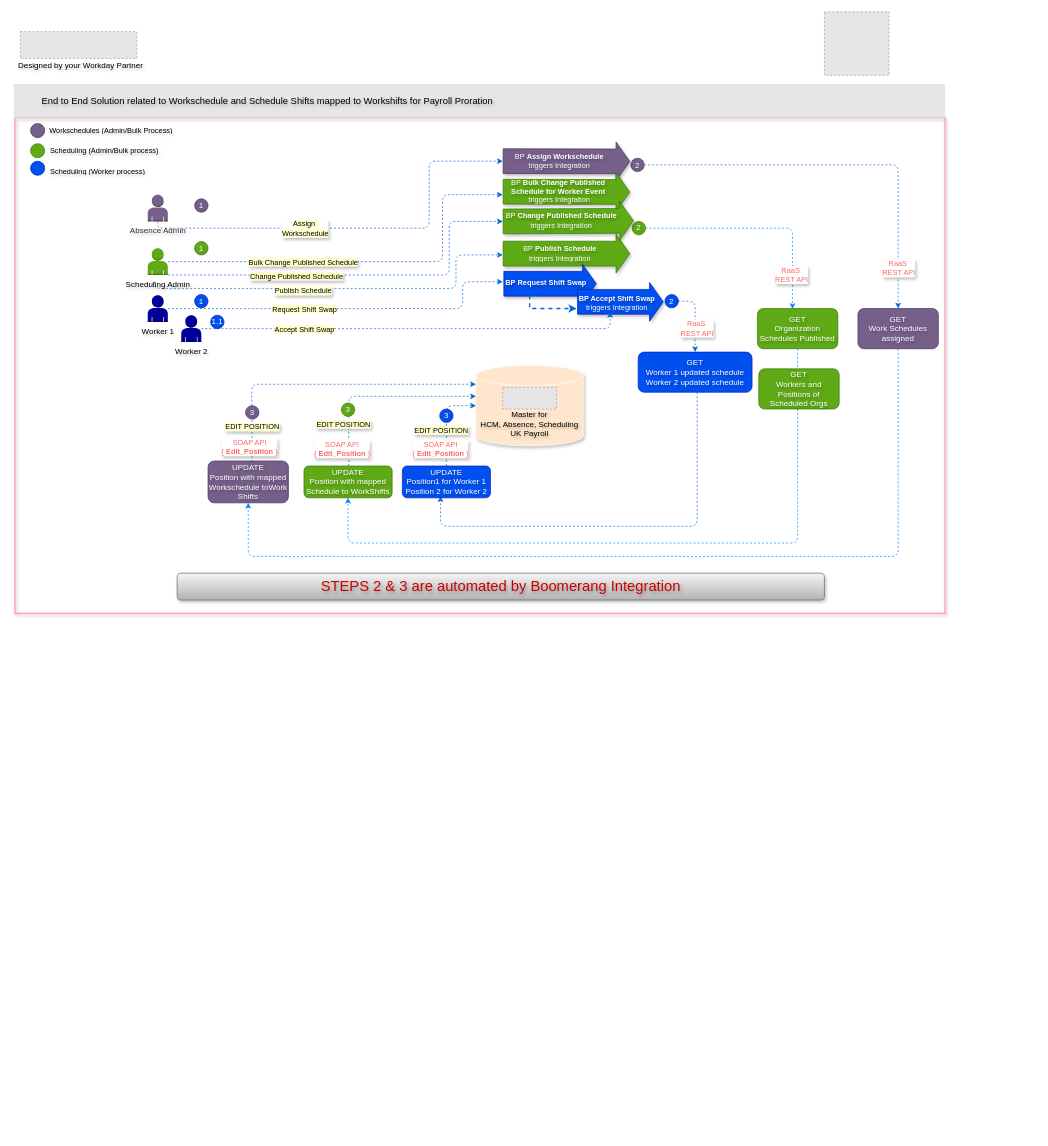
Earlier version of the draw.io diagram Leonardo Hotels Boomerang v1.drawio (sandyaroma/sandyaroma). Source tidied: cells renumbered, new cells numbered last; positions are measured from the earlier drawing's top-left corner, leaving out a move shared by most shapes. Both pictures are drawn from the tidied source at 67%, with x=0, y=0 at pixel (13, 11). Pictures stored in the file or linked from it are replaced by grey dashed boxes.
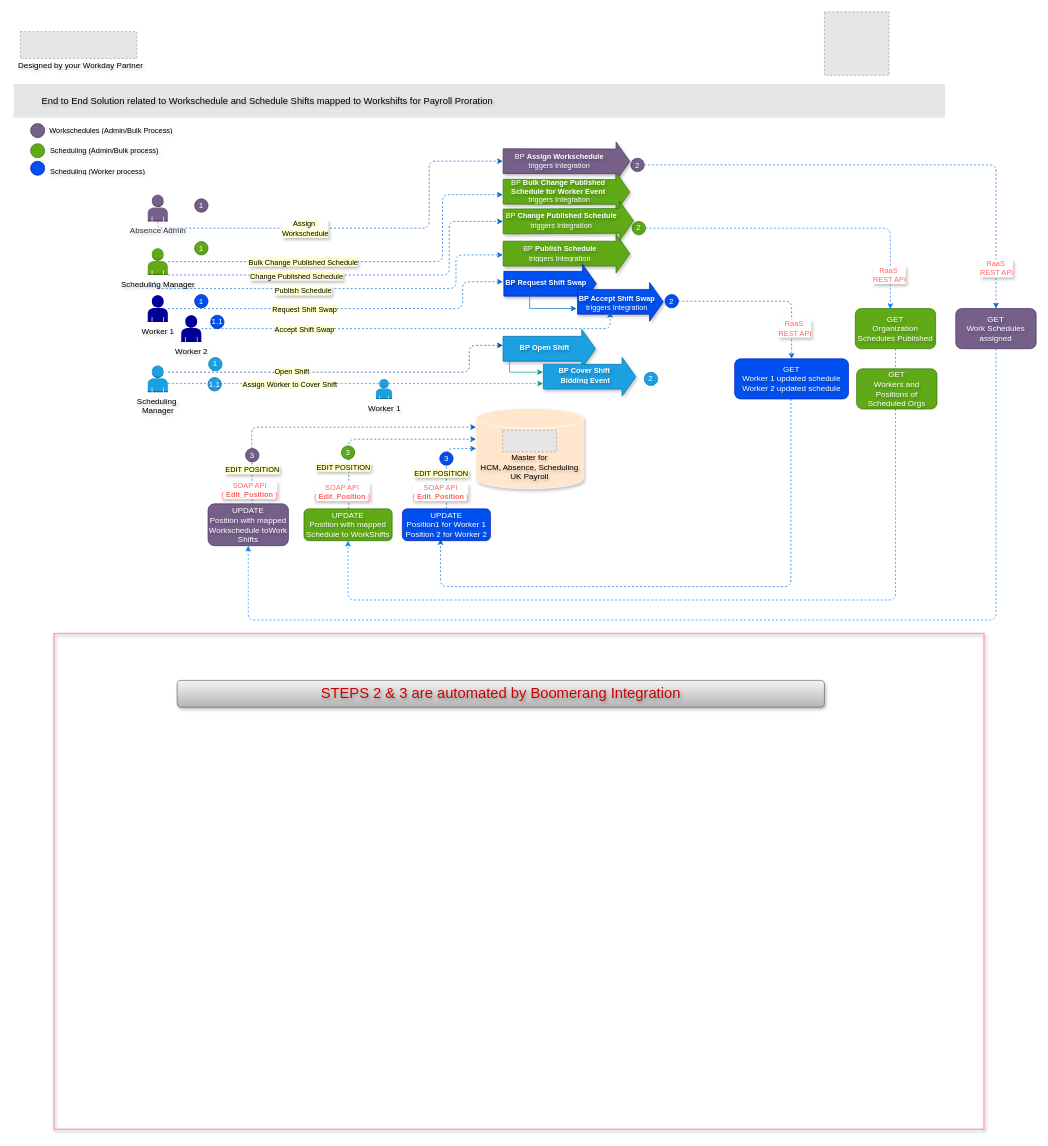
The same page after the edit.

Commit message (it also covers changes not shown here):
Mettre à jour Leonardo Hotels Boomerang v1.drawio

The change refers to these unchanged cells:
```xml
<mxCell id="71" value="2" style="ellipse;whiteSpace=wrap;html=1;fillColor=#0050ef;strokeColor=#001DBC;fontColor=#ffffff;align=center;verticalAlign=middle;fontFamily=Helvetica;fontSize=12;textShadow=1;" parent="1" vertex="1">
  <mxGeometry x="972" y="422" width="20" height="20" as="geometry" />
</mxCell>
```

Diff of the diagram source:
```diff
@@
     <mxCell id="2" style="edgeStyle=orthogonalEdgeStyle;rounded=1;orthogonalLoop=1;jettySize=auto;html=1;curved=0;dashed=1;strokeColor=#0066CC;textShadow=1;" parent="1" edge="1">
       <mxGeometry relative="1" as="geometry">
-        <mxPoint x="355.8" y="678" as="sourcePoint" />
-        <mxPoint x="690" y="556" as="targetPoint" />
+        <mxPoint x="355.8" y="742" as="sourcePoint" />
+        <mxPoint x="690" y="620" as="targetPoint" />
         <Array as="points">
-          <mxPoint x="356.1" y="625" />
-          <mxPoint x="355.1" y="556" />
+          <mxPoint x="356.1" y="689" />
+          <mxPoint x="355.1" y="620" />
         </Array>
       </mxGeometry>
     </mxCell>
     <mxCell id="3" style="edgeStyle=orthogonalEdgeStyle;rounded=1;orthogonalLoop=1;jettySize=auto;html=1;curved=0;dashed=1;strokeColor=#0066CC;textShadow=1;" parent="1" edge="1">
       <mxGeometry relative="1" as="geometry">
-        <mxPoint x="500" y="678" as="sourcePoint" />
-        <mxPoint x="690" y="574" as="targetPoint" />
+        <mxPoint x="500" y="742" as="sourcePoint" />
+        <mxPoint x="690" y="638" as="targetPoint" />
         <Array as="points">
-          <mxPoint x="500" y="574" />
+          <mxPoint x="500" y="638" />
         </Array>
       </mxGeometry>
     </mxCell>
     <mxCell id="4" style="rounded=0;whiteSpace=wrap;html=1;fillColor=none;strokeWidth=2;strokeColor=#FF99CC;shadow=1;textShadow=1;" parent="1" vertex="1">
-      <mxGeometry x="1.8" y="158" width="1388.2" height="740" as="geometry" />
+      <mxGeometry x="60" y="928" width="1388.2" height="740" as="geometry" />
     </mxCell>
@@
     <mxCell id="6" value="&lt;div&gt;&lt;br&gt;&lt;/div&gt;&lt;div&gt;&lt;br&gt;&lt;/div&gt;&lt;div&gt;&lt;span style=&quot;background-color: initial;&quot;&gt;Master for&lt;/span&gt;&lt;/div&gt;&lt;div&gt;&lt;span style=&quot;background-color: initial;&quot;&gt;HCM, Absence, Scheduling&lt;/span&gt;&lt;br&gt;&lt;/div&gt;&lt;div&gt;&lt;span style=&quot;background-color: initial;&quot;&gt;UK Payroll&lt;/span&gt;&lt;/div&gt;" style="shape=cylinder3;whiteSpace=wrap;html=1;boundedLbl=1;backgroundOutline=1;size=15;fillColor=#ffe6cc;strokeColor=#FFFFFF;shadow=1;textShadow=1;" parent="1" vertex="1">
-      <mxGeometry x="690" y="528" width="160" height="120" as="geometry" />
+      <mxGeometry x="690" y="592" width="160" height="120" as="geometry" />
     </mxCell>
     <mxCell id="7" style="fillColor=#E6E6E6;strokeColor=#999999;dashed=1;verticalLabelPosition=bottom;labelBackgroundColor=default;verticalAlign=top;" parent="1" vertex="1">
-      <mxGeometry x="729.8" y="560.6" width="80.5" height="32.4" as="geometry" />
+      <mxGeometry x="729.8" y="624.6" width="80.5" height="32.4" as="geometry" />
     </mxCell>
     <mxCell id="8" style="edgeStyle=orthogonalEdgeStyle;rounded=1;jettySize=auto;html=1;curved=0;dashed=1;strokeColor=#007FFF;exitX=0.5;exitY=1;exitDx=0;exitDy=0;entryX=0.5;entryY=1;entryDx=0;entryDy=0;textShadow=1;" parent="1" edge="1" source="9" target="50">
       <mxGeometry relative="1" as="geometry">
         <Array as="points">
-          <mxPoint x="1320" y="813" />
-          <mxPoint x="350" y="813" />
+          <mxPoint x="1466" y="908" />
+          <mxPoint x="350" y="908" />
         </Array>
       </mxGeometry>
     </mxCell>
     <mxCell id="9" value="GET&lt;div&gt;Work Schedules&lt;/div&gt;&lt;div&gt;assigned&lt;/div&gt;" style="rounded=1;whiteSpace=wrap;html=1;fillColor=#76608a;strokeColor=#432D57;textShadow=1;fontColor=#ffffff;" parent="1" vertex="1">
-      <mxGeometry x="1260" y="443" width="120" height="60" as="geometry" />
+      <mxGeometry x="1406" y="443" width="120" height="60" as="geometry" />
     </mxCell>
@@
     <mxCell id="20" value="3" style="ellipse;whiteSpace=wrap;html=1;fillColor=#60a917;strokeColor=#2D7600;fontColor=#ffffff;align=center;verticalAlign=middle;fontFamily=Helvetica;fontSize=12;textShadow=1;" parent="1" vertex="1">
-      <mxGeometry x="489" y="584" width="20" height="20" as="geometry" />
+      <mxGeometry x="489" y="648" width="20" height="20" as="geometry" />
     </mxCell>
@@
     <mxCell id="23" value="&lt;span style=&quot;background-color: rgb(255, 255, 204);&quot;&gt;EDIT POSITION&lt;/span&gt;" style="edgeLabel;html=1;align=center;verticalAlign=middle;textShadow=1;" parent="1" vertex="1">
-      <mxGeometry x="491" y="615" as="geometry" />
+      <mxGeometry x="491" y="679" as="geometry" />
     </mxCell>
     <mxCell id="24" value="&lt;font color=&quot;#ff6666&quot;&gt;SOAP API&lt;/font&gt;&lt;div&gt;&lt;font color=&quot;#ff6666&quot;&gt;{&amp;nbsp;&lt;b&gt;Edit_Position&amp;nbsp;&lt;/b&gt;}&lt;/font&gt;&lt;/div&gt;" style="edgeLabel;html=1;align=center;verticalAlign=middle;textShadow=1;" parent="1" vertex="1">
-      <mxGeometry x="303.9" y="635" as="geometry">
+      <mxGeometry x="303.9" y="699" as="geometry">
         <mxPoint x="186" y="17" as="offset" />
       </mxGeometry>
     </mxCell>
     <mxCell id="25" style="edgeStyle=orthogonalEdgeStyle;rounded=1;jettySize=auto;html=1;curved=0;dashed=1;strokeColor=#007FFF;exitX=0.5;exitY=1;exitDx=0;exitDy=0;entryX=0.5;entryY=1;entryDx=0;entryDy=0;textShadow=1;" parent="1" edge="1" source="26" target="51">
       <mxGeometry relative="1" as="geometry">
         <Array as="points">
-          <mxPoint x="1170" y="793" />
-          <mxPoint x="499" y="793" />
+          <mxPoint x="1316" y="878" />
+          <mxPoint x="499" y="878" />
         </Array>
       </mxGeometry>
     </mxCell>
     <mxCell id="26" value="GET&lt;div&gt;Organization Schedules Published&lt;/div&gt;" style="rounded=1;whiteSpace=wrap;html=1;fillColor=#60a917;strokeColor=#2D7600;textShadow=1;fontColor=#ffffff;" parent="1" vertex="1">
-      <mxGeometry x="1110" y="443" width="120" height="60" as="geometry" />
+      <mxGeometry x="1256" y="443" width="120" height="60" as="geometry" />
     </mxCell>
     <mxCell id="27" value="&lt;font color=&quot;#ff6666&quot;&gt;RaaS&amp;nbsp;&lt;/font&gt;&lt;div&gt;&lt;font color=&quot;#ff6666&quot;&gt;REST API&lt;/font&gt;&lt;/div&gt;" style="edgeLabel;html=1;align=center;verticalAlign=middle;textShadow=1;" parent="1" vertex="1">
-      <mxGeometry x="1320" y="383" as="geometry">
+      <mxGeometry x="1466" y="383" as="geometry">
         <mxPoint y="-1" as="offset" />
       </mxGeometry>
     </mxCell>
@@
     <mxCell id="29" value="3" style="ellipse;whiteSpace=wrap;html=1;fillColor=#76608a;strokeColor=#432D57;fontColor=#ffffff;align=center;verticalAlign=middle;fontFamily=Helvetica;fontSize=12;textShadow=1;" parent="1" vertex="1">
-      <mxGeometry x="346" y="588" width="20" height="20" as="geometry" />
+      <mxGeometry x="346" y="652" width="20" height="20" as="geometry" />
     </mxCell>
     <mxCell id="30" value="&lt;font color=&quot;#ff6666&quot;&gt;SOAP API&lt;/font&gt;&lt;div&gt;&lt;font color=&quot;#ff6666&quot;&gt;{&amp;nbsp;&lt;b&gt;Edit_Position&amp;nbsp;&lt;/b&gt;}&lt;/font&gt;&lt;/div&gt;" style="edgeLabel;html=1;align=center;verticalAlign=middle;textShadow=1;" parent="1" vertex="1">
-      <mxGeometry x="165" y="632" as="geometry">
+      <mxGeometry x="165" y="696" as="geometry">
         <mxPoint x="186" y="17" as="offset" />
       </mxGeometry>
     </mxCell>
     <mxCell id="31" value="&lt;span style=&quot;background-color: rgb(255, 255, 204);&quot;&gt;EDIT POSITION&lt;/span&gt;" style="edgeLabel;html=1;align=center;verticalAlign=middle;textShadow=1;" parent="1" vertex="1">
-      <mxGeometry x="355.7" y="619" as="geometry" />
+      <mxGeometry x="355.7" y="683" as="geometry" />
     </mxCell>
@@
-    <mxCell id="43" value="&lt;font style=&quot;color: rgb(0, 0, 0);&quot;&gt;Scheduling Admin&lt;/font&gt;" style="outlineConnect=0;dashed=0;verticalLabelPosition=bottom;verticalAlign=top;align=center;html=1;shape=mxgraph.aws3.user;fillColor=#60a917;strokeColor=#2D7600;fontColor=#ffffff;textShadow=1;" parent="1" vertex="1">
+    <mxCell id="43" value="&lt;font style=&quot;color: rgb(0, 0, 0);&quot;&gt;Scheduling Manager&lt;/font&gt;" style="outlineConnect=0;dashed=0;verticalLabelPosition=bottom;verticalAlign=top;align=center;html=1;shape=mxgraph.aws3.user;fillColor=#60a917;strokeColor=#2D7600;fontColor=#ffffff;textShadow=1;" parent="1" vertex="1">
       <mxGeometry x="200" y="353" width="30" height="40" as="geometry" />
     </mxCell>
@@
     <mxCell id="47" value="&lt;font color=&quot;#ff6666&quot;&gt;RaaS&amp;nbsp;&lt;/font&gt;&lt;div&gt;&lt;font color=&quot;#ff6666&quot;&gt;REST API&lt;/font&gt;&lt;/div&gt;" style="edgeLabel;html=1;align=center;verticalAlign=middle;textShadow=1;" parent="1" vertex="1">
-      <mxGeometry x="1160" y="393" as="geometry">
+      <mxGeometry x="1306" y="393" as="geometry">
         <mxPoint y="-1" as="offset" />
       </mxGeometry>
     </mxCell>
@@
     <mxCell id="50" value="&lt;div&gt;UPDATE&lt;/div&gt;&lt;div&gt;Position with mapped&lt;/div&gt;Workschedule toWork Shifts" style="rounded=1;whiteSpace=wrap;html=1;fillColor=#76608a;strokeColor=#432D57;textShadow=1;fontColor=#ffffff;" parent="1" vertex="1">
-      <mxGeometry x="290" y="670.5" width="120" height="62.5" as="geometry" />
+      <mxGeometry x="290" y="734.5" width="120" height="62.5" as="geometry" />
     </mxCell>
     <mxCell id="51" value="&lt;div&gt;UPDATE&lt;/div&gt;&lt;div&gt;Position with mapped&lt;/div&gt;Schedule to WorkShifts" style="rounded=1;whiteSpace=wrap;html=1;fillColor=#60a917;strokeColor=#2D7600;textShadow=1;fontColor=#ffffff;" parent="1" vertex="1">
-      <mxGeometry x="433.2" y="678" width="131.6" height="47.5" as="geometry" />
+      <mxGeometry x="433.2" y="742" width="131.6" height="47.5" as="geometry" />
     </mxCell>
     <mxCell id="52" value="&lt;font style=&quot;font-size: 22px; color: rgb(204, 0, 0);&quot;&gt;STEPS 2 &amp;amp; 3 are automated by Boomerang Integration&lt;/font&gt;" style="rounded=1;whiteSpace=wrap;html=1;shadow=1;fillColor=#f5f5f5;strokeColor=#666666;gradientColor=#b3b3b3;textShadow=1;" parent="1" vertex="1">
-      <mxGeometry x="243.9" y="838" width="966.1" height="40" as="geometry" />
+      <mxGeometry x="243.9" y="998" width="966.1" height="40" as="geometry" />
     </mxCell>
     <mxCell id="53" value="GET&lt;div&gt;Workers and Positions of Scheduled Orgs&lt;/div&gt;" style="rounded=1;whiteSpace=wrap;html=1;fillColor=#60a917;strokeColor=#2D7600;textShadow=1;fontColor=#ffffff;" parent="1" vertex="1">
-      <mxGeometry x="1112" y="533" width="120" height="60" as="geometry" />
+      <mxGeometry x="1258" y="533" width="120" height="60" as="geometry" />
     </mxCell>
@@
-    <mxCell id="61" style="endArrow=classic;html=1;rounded=0;strokeWidth=2;strokeColor=#0066CC;dashed=1;" parent="1" edge="1">
+    <mxCell id="61" style="endArrow=classic;html=1;rounded=0;strokeWidth=1;strokeColor=#0066CC;" parent="1" edge="1">
       <mxGeometry relative="1" as="geometry">
         <mxPoint x="770" y="423" as="sourcePoint" />
         <mxPoint x="840" y="443" as="targetPoint" />
         <Array as="points">
           <mxPoint x="770" y="443" />
         </Array>
       </mxGeometry>
     </mxCell>
@@
-    <mxCell id="70" style="edgeStyle=orthogonalEdgeStyle;rounded=1;jettySize=auto;html=1;entryX=0.5;entryY=0;entryDx=0;entryDy=0;dashed=1;curved=0;strokeColor=#0066CC;" parent="1" edge="1" source="71" target="73">
+    <mxCell id="70" style="edgeStyle=orthogonalEdgeStyle;rounded=1;jettySize=auto;html=1;entryX=0.5;entryY=0;entryDx=0;entryDy=0;dashed=1;curved=0;strokeColor=#0066CC;exitX=1;exitY=0.5;exitDx=0;exitDy=0;" parent="1" edge="1" source="71" target="73">
       <mxGeometry relative="1" as="geometry">
         <Array as="points">
-          <mxPoint x="1017" y="432" />
+          <mxPoint x="1161" y="432" />
         </Array>
       </mxGeometry>
     </mxCell>
@@
     <mxCell id="72" style="edgeStyle=orthogonalEdgeStyle;rounded=1;jettySize=auto;html=1;entryX=0.433;entryY=0.952;entryDx=0;entryDy=0;entryPerimeter=0;curved=0;dashed=1;strokeColor=#0066CC;" parent="1" edge="1" source="73" target="75">
       <mxGeometry relative="1" as="geometry">
         <Array as="points">
-          <mxPoint x="1020" y="768" />
-          <mxPoint x="637" y="768" />
+          <mxPoint x="1160" y="858" />
+          <mxPoint x="637" y="858" />
         </Array>
       </mxGeometry>
     </mxCell>
     <mxCell id="73" value="GET&lt;div&gt;Worker 1 updated schedule&lt;/div&gt;&lt;div&gt;Worker 2 updated schedule&lt;/div&gt;" style="rounded=1;whiteSpace=wrap;html=1;fillColor=#0050ef;strokeColor=#001DBC;textShadow=1;fontColor=#ffffff;" parent="1" vertex="1">
-      <mxGeometry x="932" y="508" width="170" height="60" as="geometry" />
+      <mxGeometry x="1076" y="518" width="170" height="60" as="geometry" />
     </mxCell>
     <mxCell id="74" value="&lt;font color=&quot;#ff6666&quot;&gt;RaaS&amp;nbsp;&lt;/font&gt;&lt;div&gt;&lt;font color=&quot;#ff6666&quot;&gt;REST API&lt;/font&gt;&lt;/div&gt;" style="edgeLabel;html=1;align=center;verticalAlign=middle;textShadow=1;" parent="1" vertex="1">
-      <mxGeometry x="1170" y="403" as="geometry">
+      <mxGeometry x="1316" y="403" as="geometry">
         <mxPoint x="-151" y="69" as="offset" />
       </mxGeometry>
     </mxCell>
     <mxCell id="75" value="&lt;div&gt;UPDATE&lt;/div&gt;&lt;div&gt;Position1 for Worker 1&lt;/div&gt;&lt;div&gt;Position 2 for Worker 2&lt;/div&gt;" style="rounded=1;whiteSpace=wrap;html=1;fillColor=#0050ef;strokeColor=#001DBC;textShadow=1;fontColor=#ffffff;" parent="1" vertex="1">
-      <mxGeometry x="580" y="678" width="131.6" height="47.5" as="geometry" />
+      <mxGeometry x="580" y="742" width="131.6" height="47.5" as="geometry" />
     </mxCell>
@@
     <mxCell id="77" value="&lt;font color=&quot;#ff6666&quot;&gt;SOAP API&lt;/font&gt;&lt;div&gt;&lt;font color=&quot;#ff6666&quot;&gt;{&amp;nbsp;&lt;b&gt;Edit_Position&amp;nbsp;&lt;/b&gt;}&lt;/font&gt;&lt;/div&gt;" style="edgeLabel;html=1;align=center;verticalAlign=middle;textShadow=1;" parent="1" vertex="1">
-      <mxGeometry x="450" y="635" as="geometry">
+      <mxGeometry x="450" y="699" as="geometry">
         <mxPoint x="186" y="17" as="offset" />
       </mxGeometry>
     </mxCell>
     <mxCell id="78" value="3" style="ellipse;whiteSpace=wrap;html=1;fillColor=#0050ef;strokeColor=#001DBC;fontColor=#ffffff;align=center;verticalAlign=middle;fontFamily=Helvetica;fontSize=12;textShadow=1;" parent="1" vertex="1">
-      <mxGeometry x="635.8" y="593" width="20" height="20" as="geometry" />
+      <mxGeometry x="635.8" y="657" width="20" height="20" as="geometry" />
     </mxCell>
     <mxCell id="79" value="&lt;span style=&quot;background-color: rgb(255, 255, 204);&quot;&gt;EDIT POSITION&lt;/span&gt;" style="edgeLabel;html=1;align=center;verticalAlign=middle;textShadow=1;" parent="1" vertex="1">
-      <mxGeometry x="637.8" y="624" as="geometry" />
+      <mxGeometry x="637.8" y="688" as="geometry" />
     </mxCell>
+    <mxCell id="80" style="shape=flexArrow;endArrow=classic;html=1;rounded=0;width=37;endSize=6.52;fillColor=#1ba1e2;strokeColor=#006EAF;shadow=1;textShadow=1;" parent="1" edge="1">
+      <mxGeometry relative="1" as="geometry">
+        <mxPoint x="729.8" y="503" as="sourcePoint" />
+        <mxPoint x="868.8" y="503" as="targetPoint" />
+      </mxGeometry>
+    </mxCell>
+    <mxCell id="81" value="&lt;font style=&quot;color: rgb(255, 255, 255);&quot;&gt;&lt;b&gt;BP&amp;nbsp;Open Shift&lt;/b&gt;&lt;/font&gt;" style="edgeLabel;html=1;align=center;verticalAlign=middle;labelBackgroundColor=none;textShadow=1;" parent="80" vertex="1">
+      <mxGeometry x="-0.15" y="-7" relative="1" as="geometry">
+        <mxPoint x="3" y="-9" as="offset" />
+      </mxGeometry>
+    </mxCell>
+    <mxCell id="82" style="shape=flexArrow;endArrow=classic;html=1;rounded=0;width=37;endSize=6.52;fillColor=#1ba1e2;strokeColor=#006EAF;shadow=1;textShadow=1;" parent="1" edge="1">
+      <mxGeometry relative="1" as="geometry">
+        <mxPoint x="790" y="544.7" as="sourcePoint" />
+        <mxPoint x="929" y="544.7" as="targetPoint" />
+      </mxGeometry>
+    </mxCell>
+    <mxCell id="83" value="&lt;font style=&quot;color: rgb(255, 255, 255);&quot;&gt;&lt;b&gt;BP&amp;nbsp;Cover Shift&amp;nbsp;&lt;/b&gt;&lt;/font&gt;&lt;div&gt;&lt;font style=&quot;color: rgb(255, 255, 255);&quot;&gt;&lt;b&gt;Bidding Event&lt;/b&gt;&lt;/font&gt;&lt;/div&gt;" style="edgeLabel;html=1;align=center;verticalAlign=middle;labelBackgroundColor=none;textShadow=1;" parent="82" vertex="1">
+      <mxGeometry x="-0.15" y="-7" relative="1" as="geometry">
+        <mxPoint x="3" y="-9" as="offset" />
+      </mxGeometry>
+    </mxCell>
+    <mxCell id="84" value="2" style="ellipse;whiteSpace=wrap;html=1;fillColor=#1ba1e2;strokeColor=#006EAF;fontColor=#ffffff;align=center;verticalAlign=middle;fontFamily=Helvetica;fontSize=12;textShadow=1;" parent="1" vertex="1">
+      <mxGeometry x="941" y="538" width="20" height="20" as="geometry" />
+    </mxCell>
+    <mxCell id="85" style="edgeStyle=orthogonalEdgeStyle;rounded=1;jettySize=auto;html=1;curved=0;dashed=1;strokeColor=#004C99;" parent="1" edge="1" source="89">
+      <mxGeometry relative="1" as="geometry">
+        <mxPoint x="730" y="498" as="targetPoint" />
+        <Array as="points">
+          <mxPoint x="680" y="538" />
+          <mxPoint x="680" y="498" />
+        </Array>
+      </mxGeometry>
+    </mxCell>
+    <mxCell id="86" value="&lt;span style=&quot;background-color: rgb(255, 255, 204);&quot;&gt;Open Shift&lt;/span&gt;" style="edgeLabel;html=1;align=center;verticalAlign=middle;" parent="85" vertex="1">
+      <mxGeometry x="-0.32" y="2" relative="1" as="geometry" />
+    </mxCell>
+    <mxCell id="87" style="edgeStyle=orthogonalEdgeStyle;rounded=1;orthogonalLoop=1;jettySize=auto;html=1;dashed=1;curved=0;strokeColor=#009999;" parent="1" edge="1">
+      <mxGeometry relative="1" as="geometry">
+        <mxPoint x="230" y="555" as="sourcePoint" />
+        <mxPoint x="790" y="555" as="targetPoint" />
+      </mxGeometry>
+    </mxCell>
+    <mxCell id="88" value="&lt;span style=&quot;background-color: rgb(255, 255, 204);&quot;&gt;Assign Worker to Cover Shift&lt;/span&gt;" style="edgeLabel;html=1;align=center;verticalAlign=middle;" parent="87" vertex="1">
+      <mxGeometry x="-0.38" y="1" relative="1" as="geometry">
+        <mxPoint x="7" y="2" as="offset" />
+      </mxGeometry>
+    </mxCell>
+    <mxCell id="89" value="&lt;font style=&quot;color: rgb(0, 0, 0);&quot;&gt;Scheduling&amp;nbsp;&lt;/font&gt;&lt;div&gt;&lt;font style=&quot;color: rgb(0, 0, 0);&quot;&gt;Manager&lt;/font&gt;&lt;/div&gt;" style="outlineConnect=0;dashed=0;verticalLabelPosition=bottom;verticalAlign=top;align=center;html=1;shape=mxgraph.aws3.user;fillColor=#1ba1e2;strokeColor=#006EAF;textShadow=1;fontColor=#ffffff;" parent="1" vertex="1">
+      <mxGeometry x="200" y="528" width="30" height="40" as="geometry" />
+    </mxCell>
+    <mxCell id="90" value="1" style="ellipse;whiteSpace=wrap;html=1;fillColor=#1ba1e2;strokeColor=#006EAF;fontColor=#ffffff;align=center;verticalAlign=middle;fontFamily=Helvetica;fontSize=12;textShadow=1;" parent="1" vertex="1">
+      <mxGeometry x="290.9" y="516" width="20" height="20" as="geometry" />
+    </mxCell>
+    <mxCell id="91" value="1.1" style="ellipse;whiteSpace=wrap;html=1;fillColor=#1ba1e2;strokeColor=#006EAF;fontColor=#ffffff;align=center;verticalAlign=middle;fontFamily=Helvetica;fontSize=12;textShadow=1;" parent="1" vertex="1">
+      <mxGeometry x="289.9" y="546" width="20" height="20" as="geometry" />
+    </mxCell>
+    <mxCell id="92" value="&lt;font style=&quot;color: rgb(0, 0, 0);&quot;&gt;Worker 1&lt;/font&gt;" style="dashed=0;verticalLabelPosition=bottom;verticalAlign=top;align=center;html=1;shape=mxgraph.aws3.user;fillColor=#1ba1e2;strokeColor=#006EAF;textShadow=1;fontColor=#ffffff;" parent="1" vertex="1">
+      <mxGeometry x="540.7" y="548" width="24" height="30" as="geometry" />
+    </mxCell>
+    <mxCell id="93" style="endArrow=classic;html=1;rounded=0;strokeWidth=1;strokeColor=#009999;" parent="1" edge="1">
+      <mxGeometry relative="1" as="geometry">
+        <mxPoint x="740" y="518" as="sourcePoint" />
+        <mxPoint x="790" y="538" as="targetPoint" />
+        <Array as="points">
+          <mxPoint x="740" y="538" />
+        </Array>
+      </mxGeometry>
+    </mxCell>
```
